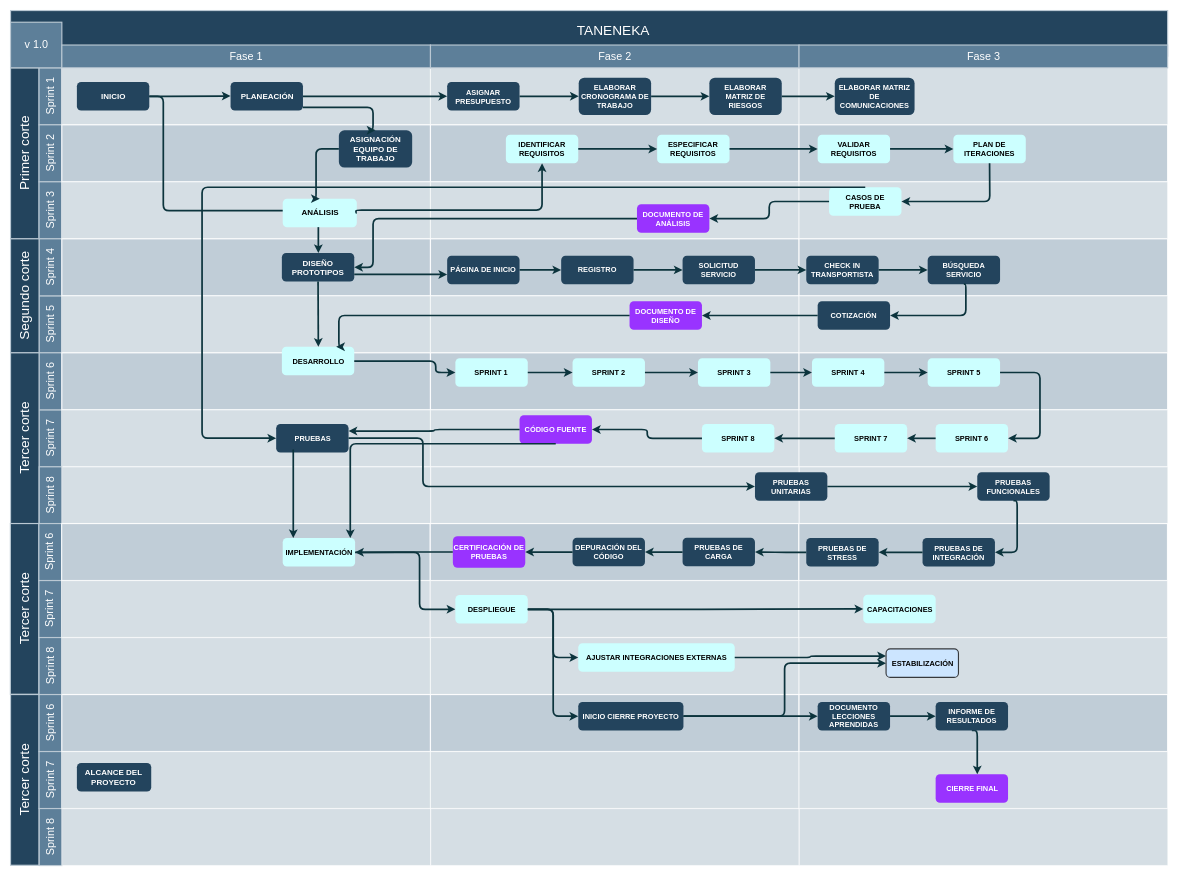
Before: src/Untitled Diagram.drawio in lilitoones/ejercicios-open-bootcamp, a draw.io diagram. Source tidied: cells renumbered, new cells numbered last; positions are measured from the earlier drawing's top-left corner, leaving out a move shared by most shapes. Both pictures are drawn from the tidied source at 57%, with x=0, y=0 at pixel (10, 10).
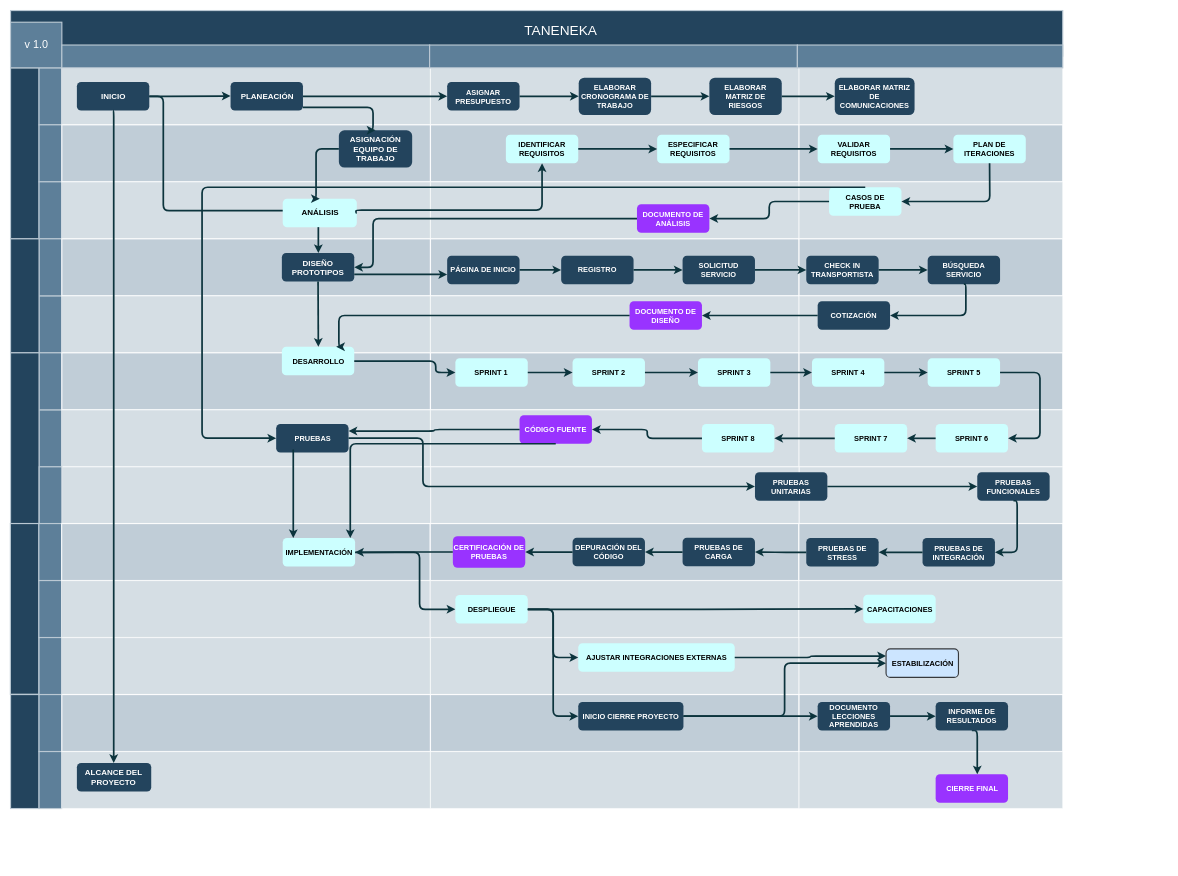
The same page after the edit.

The change refers to these unchanged cells:
```xml
<mxCell id="36" value="&lt;font style=&quot;vertical-align: inherit ; font-size: 14px&quot; color=&quot;#ffffff&quot;&gt;&lt;b&gt;INICIO&lt;/b&gt;&lt;/font&gt;" style="rounded=1;fillColor=#23445D;strokeColor=none;strokeWidth=2;fontFamily=Helvetica;html=1;gradientColor=none;" parent="1" vertex="1">
  <mxGeometry x="116.4" y="125.5" width="127" height="50" as="geometry" />
</mxCell>
<mxCell id="129" value="&lt;font color=&quot;#ffffff&quot;&gt;&lt;span style=&quot;font-size: 14px&quot;&gt;&lt;b&gt;ALCANCE DEL PROYECTO&lt;/b&gt;&lt;/span&gt;&lt;/font&gt;" style="rounded=1;fillColor=#23445D;strokeColor=none;strokeWidth=2;fontFamily=Helvetica;html=1;gradientColor=none;whiteSpace=wrap;" parent="1" vertex="1">
  <mxGeometry x="116.4" y="1320" width="130.4" height="50" as="geometry" />
</mxCell>
```

The edit, as a diff of the source:
```diff
@@
     <mxCell id="2" value="TANENEKA" style="strokeColor=#BAC8D3;fillColor=#23445D;fontSize=24;strokeWidth=2;fontFamily=Helvetica;html=1;fontColor=#FFFFFF;fontStyle=0;spacingBottom=8;spacingRight=0;spacingLeft=83;" parent="1" vertex="1">
-      <mxGeometry width="2030" height="80" as="geometry" />
+      <mxGeometry width="1846" height="80" as="geometry" />
     </mxCell>
-    <mxCell id="3" value="Primer corte" style="strokeColor=#BAC8D3;fillColor=#23445D;fontSize=24;strokeWidth=2;horizontal=0;fontFamily=Helvetica;html=1;fontColor=#FFFFFF;fontStyle=0;" parent="1" vertex="1">
+    <mxCell id="3" style="strokeColor=#BAC8D3;fillColor=#23445D;fontSize=24;strokeWidth=2;horizontal=0;fontFamily=Helvetica;html=1;fontColor=#FFFFFF;fontStyle=0;" parent="1" vertex="1">
       <mxGeometry y="100.5" width="50" height="300" as="geometry" />
     </mxCell>
-    <mxCell id="4" value="Sprint 1&lt;br&gt;" style="strokeColor=#BAC8D3;fillColor=#5d7f99;fontSize=19;strokeWidth=2;horizontal=0;fontFamily=Helvetica;html=1;labelBackgroundColor=none;fontColor=#FFFFFF;" parent="1" vertex="1">
+    <mxCell id="4" value="&lt;br&gt;" style="strokeColor=#BAC8D3;fillColor=#5d7f99;fontSize=19;strokeWidth=2;horizontal=0;fontFamily=Helvetica;html=1;labelBackgroundColor=none;fontColor=#FFFFFF;" parent="1" vertex="1">
       <mxGeometry x="50" y="100.5" width="40" height="100" as="geometry" />
     </mxCell>
@@
-    <mxCell id="6" value="Sprint 2" style="strokeColor=#BAC8D3;fillColor=#5d7f99;fontSize=19;strokeWidth=2;horizontal=0;fontFamily=Helvetica;html=1;labelBackgroundColor=none;fontColor=#FFFFFF;" parent="1" vertex="1">
+    <mxCell id="6" style="strokeColor=#BAC8D3;fillColor=#5d7f99;fontSize=19;strokeWidth=2;horizontal=0;fontFamily=Helvetica;html=1;labelBackgroundColor=none;fontColor=#FFFFFF;" parent="1" vertex="1">
       <mxGeometry x="50" y="200.5" width="40" height="100" as="geometry" />
     </mxCell>
-    <mxCell id="7" value="Sprint 3" style="strokeColor=#BAC8D3;fillColor=#5d7f99;fontSize=19;strokeWidth=2;horizontal=0;fontFamily=Helvetica;html=1;labelBackgroundColor=none;fontColor=#FFFFFF;" parent="1" vertex="1">
+    <mxCell id="7" style="strokeColor=#BAC8D3;fillColor=#5d7f99;fontSize=19;strokeWidth=2;horizontal=0;fontFamily=Helvetica;html=1;labelBackgroundColor=none;fontColor=#FFFFFF;" parent="1" vertex="1">
       <mxGeometry x="50" y="300.5" width="40" height="100" as="geometry" />
     </mxCell>
-    <mxCell id="8" value="Sprint 5" style="strokeColor=#BAC8D3;fillColor=#5d7f99;fontSize=19;strokeWidth=2;horizontal=0;fontFamily=Helvetica;html=1;labelBackgroundColor=none;fontColor=#FFFFFF;" parent="1" vertex="1">
+    <mxCell id="8" style="strokeColor=#BAC8D3;fillColor=#5d7f99;fontSize=19;strokeWidth=2;horizontal=0;fontFamily=Helvetica;html=1;labelBackgroundColor=none;fontColor=#FFFFFF;" parent="1" vertex="1">
       <mxGeometry x="50" y="500.5" width="40" height="100" as="geometry" />
     </mxCell>
-    <mxCell id="9" value="Sprint 4" style="strokeColor=#BAC8D3;fillColor=#5d7f99;fontSize=19;strokeWidth=2;horizontal=0;fontFamily=Helvetica;html=1;labelBackgroundColor=none;fontColor=#FFFFFF;" parent="1" vertex="1">
+    <mxCell id="9" style="strokeColor=#BAC8D3;fillColor=#5d7f99;fontSize=19;strokeWidth=2;horizontal=0;fontFamily=Helvetica;html=1;labelBackgroundColor=none;fontColor=#FFFFFF;" parent="1" vertex="1">
       <mxGeometry x="50" y="400.5" width="40" height="100" as="geometry" />
     </mxCell>
-    <mxCell id="10" value="Segundo corte" style="strokeColor=#BAC8D3;fillColor=#23445D;fontSize=24;strokeWidth=2;horizontal=0;fontFamily=Helvetica;html=1;fontColor=#FFFFFF;fontStyle=0;" parent="1" vertex="1">
+    <mxCell id="10" style="strokeColor=#BAC8D3;fillColor=#23445D;fontSize=24;strokeWidth=2;horizontal=0;fontFamily=Helvetica;html=1;fontColor=#FFFFFF;fontStyle=0;" parent="1" vertex="1">
       <mxGeometry y="400.5" width="50" height="200" as="geometry" />
     </mxCell>
-    <mxCell id="11" value="Sprint 7" style="strokeColor=#BAC8D3;fillColor=#5d7f99;fontSize=19;strokeWidth=2;horizontal=0;fontFamily=Helvetica;html=1;labelBackgroundColor=none;fontColor=#FFFFFF;" parent="1" vertex="1">
+    <mxCell id="11" style="strokeColor=#BAC8D3;fillColor=#5d7f99;fontSize=19;strokeWidth=2;horizontal=0;fontFamily=Helvetica;html=1;labelBackgroundColor=none;fontColor=#FFFFFF;" parent="1" vertex="1">
       <mxGeometry x="50" y="700.5" width="40" height="100" as="geometry" />
     </mxCell>
-    <mxCell id="12" value="Sprint 6" style="strokeColor=#BAC8D3;fillColor=#5d7f99;fontSize=19;strokeWidth=2;horizontal=0;fontFamily=Helvetica;html=1;labelBackgroundColor=none;fontColor=#FFFFFF;" parent="1" vertex="1">
+    <mxCell id="12" style="strokeColor=#BAC8D3;fillColor=#5d7f99;fontSize=19;strokeWidth=2;horizontal=0;fontFamily=Helvetica;html=1;labelBackgroundColor=none;fontColor=#FFFFFF;" parent="1" vertex="1">
       <mxGeometry x="50" y="600.5" width="40" height="100" as="geometry" />
     </mxCell>
-    <mxCell id="13" value="Tercer corte" style="strokeColor=#BAC8D3;fillColor=#23445D;fontSize=24;strokeWidth=2;horizontal=0;fontFamily=Helvetica;html=1;fontColor=#FFFFFF;fontStyle=0;" parent="1" vertex="1">
+    <mxCell id="13" style="strokeColor=#BAC8D3;fillColor=#23445D;fontSize=24;strokeWidth=2;horizontal=0;fontFamily=Helvetica;html=1;fontColor=#FFFFFF;fontStyle=0;" parent="1" vertex="1">
       <mxGeometry y="600.5" width="50" height="299.5" as="geometry" />
     </mxCell>
@@
     <mxCell id="28" style="strokeColor=#FFFFFF;fillColor=#BAC8D3;fontSize=18;strokeWidth=2;fontFamily=Helvetica;html=1;opacity=60;" parent="1" vertex="1">
-      <mxGeometry x="1383.3" y="100.5" width="647" height="100" as="geometry" />
+      <mxGeometry x="1383.3" y="100.5" width="462.7" height="100" as="geometry" />
     </mxCell>
     <mxCell id="29" style="strokeColor=#FFFFFF;fillColor=#BAC8D3;fontSize=18;strokeWidth=2;fontFamily=Helvetica;html=1;opacity=90;" parent="1" vertex="1">
-      <mxGeometry x="1383.3" y="200.5" width="646.7" height="100" as="geometry" />
+      <mxGeometry x="1383.3" y="200.5" width="462.7" height="100" as="geometry" />
     </mxCell>
     <mxCell id="30" style="strokeColor=#FFFFFF;fillColor=#BAC8D3;fontSize=18;strokeWidth=2;fontFamily=Helvetica;html=1;opacity=60;" parent="1" vertex="1">
-      <mxGeometry x="1383.3" y="300.5" width="646.7" height="100" as="geometry" />
+      <mxGeometry x="1383.3" y="300.5" width="462.7" height="100" as="geometry" />
     </mxCell>
     <mxCell id="31" style="strokeColor=#FFFFFF;fillColor=#BAC8D3;fontSize=18;strokeWidth=2;fontFamily=Helvetica;html=1;opacity=90;" parent="1" vertex="1">
-      <mxGeometry x="1383.3" y="400.5" width="646.7" height="100" as="geometry" />
+      <mxGeometry x="1383.3" y="400.5" width="462.7" height="100" as="geometry" />
     </mxCell>
     <mxCell id="32" style="strokeColor=#FFFFFF;fillColor=#BAC8D3;fontSize=18;strokeWidth=2;fontFamily=Helvetica;html=1;opacity=60;" parent="1" vertex="1">
-      <mxGeometry x="1383.3" y="500.5" width="646.7" height="100" as="geometry" />
+      <mxGeometry x="1383.3" y="500.5" width="462.7" height="100" as="geometry" />
     </mxCell>
     <mxCell id="33" style="strokeColor=#FFFFFF;fillColor=#BAC8D3;fontSize=18;strokeWidth=2;fontFamily=Helvetica;html=1;opacity=90;" parent="1" vertex="1">
-      <mxGeometry x="1383.3" y="600.5" width="646.7" height="100" as="geometry" />
+      <mxGeometry x="1383.3" y="600.5" width="462.7" height="100" as="geometry" />
     </mxCell>
     <mxCell id="34" style="strokeColor=#FFFFFF;fillColor=#BAC8D3;fontSize=18;strokeWidth=2;fontFamily=Helvetica;html=1;opacity=60;fontStyle=4;" parent="1" vertex="1">
-      <mxGeometry x="1383.3" y="700.5" width="646.7" height="100" as="geometry" />
+      <mxGeometry x="1383.3" y="700.5" width="462.7" height="100" as="geometry" />
     </mxCell>
@@
     <mxCell id="65" style="group;" parent="1" vertex="1">
-      <mxGeometry x="90" y="60.5" width="646.7" height="40" as="geometry" />
+      <mxGeometry x="90" y="60.5" width="1756" height="40" as="geometry" />
     </mxCell>
-    <mxCell id="66" value="Fase 1" style="strokeColor=#BAC8D3;fillColor=#5d7f99;fontSize=19;strokeWidth=2;fontFamily=Helvetica;html=1;labelBackgroundColor=none;fontColor=#FFFFFF;" parent="65" vertex="1">
-      <mxGeometry width="646.7" height="40" as="geometry" />
+    <mxCell id="66" style="strokeColor=#BAC8D3;fillColor=#5d7f99;fontSize=19;strokeWidth=2;fontFamily=Helvetica;html=1;labelBackgroundColor=none;fontColor=#FFFFFF;" parent="65" vertex="1">
+      <mxGeometry width="645.2" height="40" as="geometry" />
     </mxCell>
-    <mxCell id="67" value="Fase 2" style="strokeColor=#BAC8D3;fillColor=#5d7f99;fontSize=19;strokeWidth=2;fontFamily=Helvetica;html=1;labelBackgroundColor=none;fontColor=#FFFFFF;" parent="65" vertex="1">
-      <mxGeometry x="646.7" width="646.7" height="40" as="geometry" />
+    <mxCell id="67" style="strokeColor=#BAC8D3;fillColor=#5d7f99;fontSize=19;strokeWidth=2;fontFamily=Helvetica;html=1;labelBackgroundColor=none;fontColor=#FFFFFF;" parent="65" vertex="1">
+      <mxGeometry x="645.2" width="645.2" height="40" as="geometry" />
     </mxCell>
-    <mxCell id="68" value="Fase 3" style="strokeColor=#BAC8D3;fillColor=#5d7f99;fontSize=19;strokeWidth=2;fontFamily=Helvetica;html=1;labelBackgroundColor=none;fontColor=#FFFFFF;" parent="65" vertex="1">
-      <mxGeometry x="1293.3" width="646.7" height="40" as="geometry" />
+    <mxCell id="68" style="strokeColor=#BAC8D3;fillColor=#5d7f99;fontSize=19;strokeWidth=2;fontFamily=Helvetica;html=1;labelBackgroundColor=none;fontColor=#FFFFFF;" parent="65" vertex="1">
+      <mxGeometry x="1290.4" width="465.6" height="40" as="geometry" />
     </mxCell>
-    <mxCell id="69" value="Sprint 8" style="strokeColor=#BAC8D3;fillColor=#5d7f99;fontSize=19;strokeWidth=2;horizontal=0;fontFamily=Helvetica;html=1;labelBackgroundColor=none;fontColor=#FFFFFF;" parent="1" vertex="1">
+    <mxCell id="69" style="strokeColor=#BAC8D3;fillColor=#5d7f99;fontSize=19;strokeWidth=2;horizontal=0;fontFamily=Helvetica;html=1;labelBackgroundColor=none;fontColor=#FFFFFF;" parent="1" vertex="1">
       <mxGeometry x="50.3" y="800.5" width="40" height="100" as="geometry" />
     </mxCell>
@@
     <mxCell id="72" style="strokeColor=#FFFFFF;fillColor=#BAC8D3;fontSize=18;strokeWidth=2;fontFamily=Helvetica;html=1;opacity=60;fontStyle=4;" parent="1" vertex="1">
-      <mxGeometry x="1383.7" y="800.5" width="646.7" height="100" as="geometry" />
+      <mxGeometry x="1383.7" y="800.5" width="462.3" height="100" as="geometry" />
     </mxCell>
-    <mxCell id="73" value="Tercer corte" style="strokeColor=#BAC8D3;fillColor=#23445D;fontSize=24;strokeWidth=2;horizontal=0;fontFamily=Helvetica;html=1;fontColor=#FFFFFF;fontStyle=0;" parent="1" vertex="1">
+    <mxCell id="73" style="strokeColor=#BAC8D3;fillColor=#23445D;fontSize=24;strokeWidth=2;horizontal=0;fontFamily=Helvetica;html=1;fontColor=#FFFFFF;fontStyle=0;" parent="1" vertex="1">
       <mxGeometry x="-0.3" y="900" width="50" height="299.5" as="geometry" />
     </mxCell>
-    <mxCell id="74" value="Sprint 6" style="strokeColor=#BAC8D3;fillColor=#5d7f99;fontSize=19;strokeWidth=2;horizontal=0;fontFamily=Helvetica;html=1;labelBackgroundColor=none;fontColor=#FFFFFF;" parent="1" vertex="1">
+    <mxCell id="74" style="strokeColor=#BAC8D3;fillColor=#5d7f99;fontSize=19;strokeWidth=2;horizontal=0;fontFamily=Helvetica;html=1;labelBackgroundColor=none;fontColor=#FFFFFF;" parent="1" vertex="1">
       <mxGeometry x="49.7" y="900" width="40" height="100" as="geometry" />
     </mxCell>
-    <mxCell id="75" value="Sprint 7" style="strokeColor=#BAC8D3;fillColor=#5d7f99;fontSize=19;strokeWidth=2;horizontal=0;fontFamily=Helvetica;html=1;labelBackgroundColor=none;fontColor=#FFFFFF;" parent="1" vertex="1">
+    <mxCell id="75" style="strokeColor=#BAC8D3;fillColor=#5d7f99;fontSize=19;strokeWidth=2;horizontal=0;fontFamily=Helvetica;html=1;labelBackgroundColor=none;fontColor=#FFFFFF;" parent="1" vertex="1">
       <mxGeometry x="49.7" y="1000" width="40" height="100" as="geometry" />
     </mxCell>
-    <mxCell id="76" value="Sprint 8" style="strokeColor=#BAC8D3;fillColor=#5d7f99;fontSize=19;strokeWidth=2;horizontal=0;fontFamily=Helvetica;html=1;labelBackgroundColor=none;fontColor=#FFFFFF;" parent="1" vertex="1">
+    <mxCell id="76" style="strokeColor=#BAC8D3;fillColor=#5d7f99;fontSize=19;strokeWidth=2;horizontal=0;fontFamily=Helvetica;html=1;labelBackgroundColor=none;fontColor=#FFFFFF;" parent="1" vertex="1">
       <mxGeometry x="50" y="1100" width="40" height="100" as="geometry" />
     </mxCell>
@@
     <mxCell id="83" style="strokeColor=#FFFFFF;fillColor=#BAC8D3;fontSize=18;strokeWidth=2;fontFamily=Helvetica;html=1;opacity=90;" parent="1" vertex="1">
-      <mxGeometry x="1383" y="900" width="646.7" height="100" as="geometry" />
+      <mxGeometry x="1383" y="900" width="463" height="100" as="geometry" />
     </mxCell>
     <mxCell id="84" style="strokeColor=#FFFFFF;fillColor=#BAC8D3;fontSize=18;strokeWidth=2;fontFamily=Helvetica;html=1;opacity=60;fontStyle=4;" parent="1" vertex="1">
-      <mxGeometry x="1383" y="1000" width="646.7" height="100" as="geometry" />
+      <mxGeometry x="1383" y="1000" width="463" height="100" as="geometry" />
     </mxCell>
     <mxCell id="85" style="strokeColor=#FFFFFF;fillColor=#BAC8D3;fontSize=18;strokeWidth=2;fontFamily=Helvetica;html=1;opacity=60;fontStyle=4;" parent="1" vertex="1">
-      <mxGeometry x="1383.3" y="1100" width="646.7" height="100" as="geometry" />
+      <mxGeometry x="1383.3" y="1100" width="462.7" height="100" as="geometry" />
     </mxCell>
-    <mxCell id="86" value="Tercer corte" style="strokeColor=#BAC8D3;fillColor=#23445D;fontSize=24;strokeWidth=2;horizontal=0;fontFamily=Helvetica;html=1;fontColor=#FFFFFF;fontStyle=0;" parent="1" vertex="1">
-      <mxGeometry y="1200" width="50" height="299.5" as="geometry" />
+    <mxCell id="86" style="strokeColor=#BAC8D3;fillColor=#23445D;fontSize=24;strokeWidth=2;horizontal=0;fontFamily=Helvetica;html=1;fontColor=#FFFFFF;fontStyle=0;" parent="1" vertex="1">
+      <mxGeometry y="1200" width="50" height="200" as="geometry" />
     </mxCell>
-    <mxCell id="87" value="Sprint 6" style="strokeColor=#BAC8D3;fillColor=#5d7f99;fontSize=19;strokeWidth=2;horizontal=0;fontFamily=Helvetica;html=1;labelBackgroundColor=none;fontColor=#FFFFFF;" parent="1" vertex="1">
+    <mxCell id="87" style="strokeColor=#BAC8D3;fillColor=#5d7f99;fontSize=19;strokeWidth=2;horizontal=0;fontFamily=Helvetica;html=1;labelBackgroundColor=none;fontColor=#FFFFFF;" parent="1" vertex="1">
       <mxGeometry x="50" y="1200" width="40" height="100" as="geometry" />
     </mxCell>
-    <mxCell id="88" value="Sprint 7" style="strokeColor=#BAC8D3;fillColor=#5d7f99;fontSize=19;strokeWidth=2;horizontal=0;fontFamily=Helvetica;html=1;labelBackgroundColor=none;fontColor=#FFFFFF;" parent="1" vertex="1">
+    <mxCell id="88" style="strokeColor=#BAC8D3;fillColor=#5d7f99;fontSize=19;strokeWidth=2;horizontal=0;fontFamily=Helvetica;html=1;labelBackgroundColor=none;fontColor=#FFFFFF;" parent="1" vertex="1">
       <mxGeometry x="50" y="1300" width="40" height="100" as="geometry" />
     </mxCell>
-    <mxCell id="89" value="Sprint 8" style="strokeColor=#BAC8D3;fillColor=#5d7f99;fontSize=19;strokeWidth=2;horizontal=0;fontFamily=Helvetica;html=1;labelBackgroundColor=none;fontColor=#FFFFFF;" parent="1" vertex="1">
-      <mxGeometry x="50.3" y="1400" width="40" height="100" as="geometry" />
-    </mxCell>
@@
-    <mxCell id="92" style="strokeColor=#FFFFFF;fillColor=#BAC8D3;fontSize=18;strokeWidth=2;fontFamily=Helvetica;html=1;opacity=60;" parent="1" vertex="1">
-      <mxGeometry x="90.3" y="1400" width="646.7" height="100" as="geometry" />
-    </mxCell>
@@
-    <mxCell id="95" style="strokeColor=#FFFFFF;fillColor=#BAC8D3;fontSize=18;strokeWidth=2;fontFamily=Helvetica;html=1;opacity=60;fontStyle=4;" parent="1" vertex="1">
-      <mxGeometry x="737" y="1400" width="646.7" height="100" as="geometry" />
-    </mxCell>
     <mxCell id="96" style="strokeColor=#FFFFFF;fillColor=#BAC8D3;fontSize=18;strokeWidth=2;fontFamily=Helvetica;html=1;opacity=90;" parent="1" vertex="1">
-      <mxGeometry x="1383.3" y="1200" width="646.7" height="100" as="geometry" />
+      <mxGeometry x="1383.3" y="1200" width="462.7" height="100" as="geometry" />
     </mxCell>
     <mxCell id="97" style="strokeColor=#FFFFFF;fillColor=#BAC8D3;fontSize=18;strokeWidth=2;fontFamily=Helvetica;html=1;opacity=60;fontStyle=4;" parent="1" vertex="1">
-      <mxGeometry x="1383.3" y="1300" width="646.7" height="100" as="geometry" />
+      <mxGeometry x="1383.3" y="1300" width="462.7" height="100" as="geometry" />
     </mxCell>
-    <mxCell id="98" style="strokeColor=#FFFFFF;fillColor=#BAC8D3;fontSize=18;strokeWidth=2;fontFamily=Helvetica;html=1;opacity=60;fontStyle=4;" parent="1" vertex="1">
-      <mxGeometry x="1383.7" y="1400" width="646.7" height="100" as="geometry" />
-    </mxCell>
@@
+    <mxCell id="175" style="edgeStyle=elbowEdgeStyle;elbow=horizontal;strokeWidth=3;strokeColor=#0C343D;fontFamily=Helvetica;html=1;entryX=0.5;entryY=0;entryDx=0;entryDy=0;exitX=0.5;exitY=1;exitDx=0;exitDy=0;" parent="1" edge="1" source="36" target="129">
+      <mxGeometry x="-704.9" y="1235.5" as="geometry" />
+    </mxCell>
```
